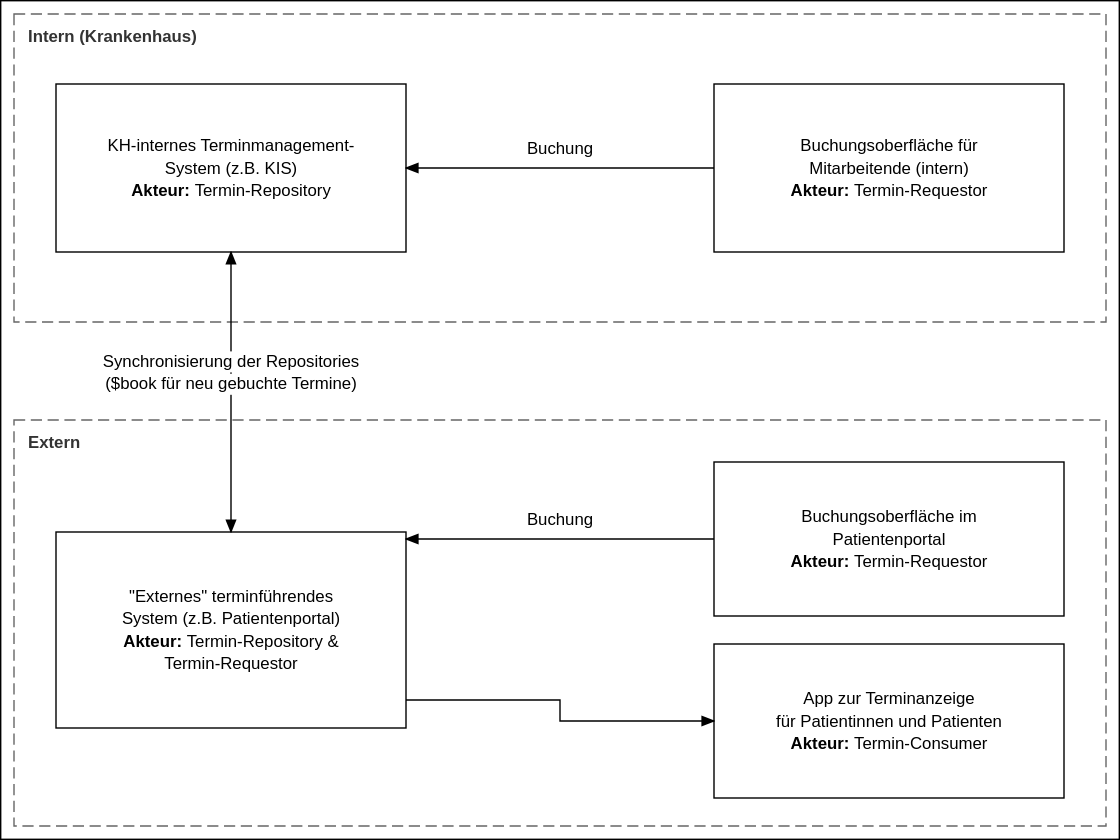
gematik/spec-ISiK-Basismodul keeps this draw.io diagram as Material/Terminplanung/images/diagrams/Termin_Patientenportal_als_Repository.drawio.svg. Above is the earlier version. Source tidied: cells renumbered, new cells last; positions are measured from the earlier drawing's top-left corner, leaving out a move shared by most shapes.
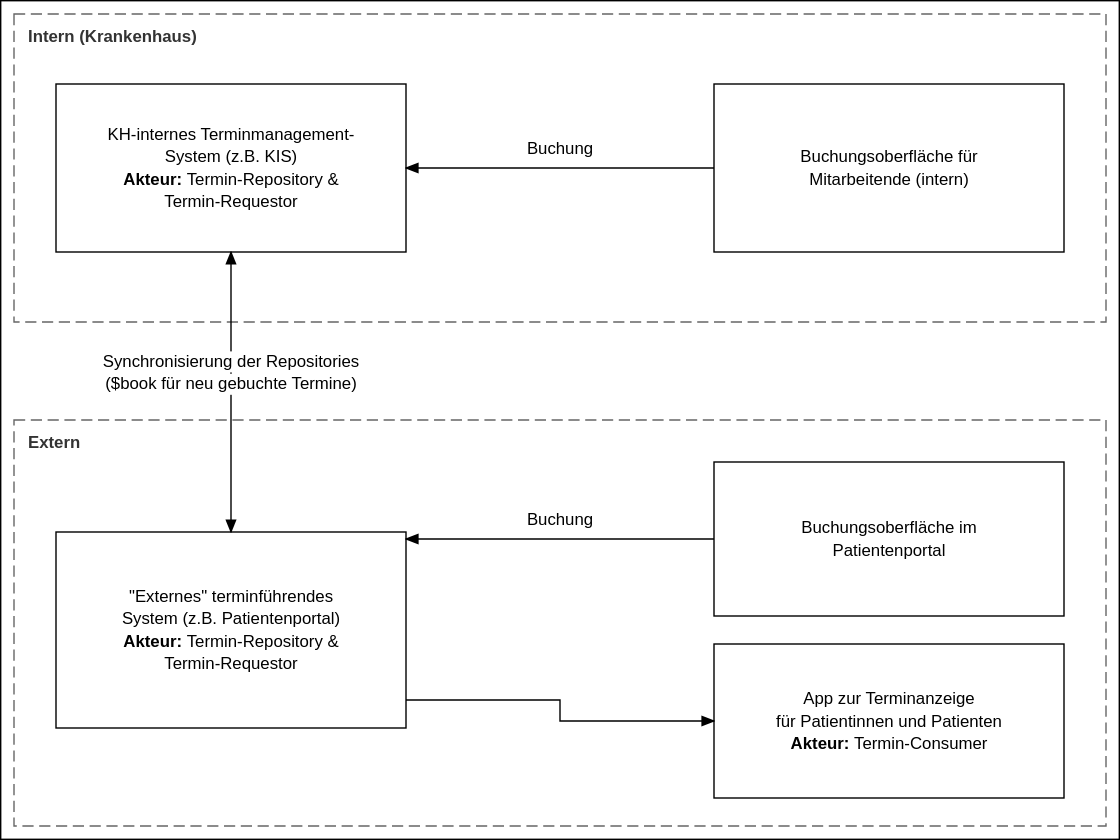
The same file after the commit.

Diff of the diagram source:
```diff
@@ -11,16 +11,16 @@
     <mxCell id="4" value="&lt;b&gt;Extern&lt;/b&gt;" style="rounded=0;whiteSpace=wrap;html=1;fillColor=none;dashed=1;strokeColor=#666666;align=left;verticalAlign=top;spacingLeft=8;fontColor=#333333;" parent="1" vertex="1">
       <mxGeometry x="10" y="300" width="780" height="290" as="geometry" />
     </mxCell>
-    <mxCell id="5" value="&lt;div&gt;KH-internes Terminmanagement-&lt;/div&gt;&lt;div&gt;System (z.B. KIS)&lt;/div&gt;&lt;div&gt;&lt;b&gt;Akteur: &lt;/b&gt;&amp;nbsp;Termin-Repository&lt;/div&gt;" style="rounded=0;whiteSpace=wrap;html=1;" parent="1" vertex="1">
+    <mxCell id="5" value="&lt;div&gt;KH-internes Terminmanagement-&lt;/div&gt;&lt;div&gt;System (z.B. KIS)&lt;/div&gt;&lt;div&gt;&lt;b&gt;Akteur: &lt;/b&gt;&amp;nbsp;Termin-Repository &amp;amp;&lt;/div&gt;&lt;div&gt;Termin-Requestor&lt;/div&gt;" style="rounded=0;whiteSpace=wrap;html=1;" parent="1" vertex="1">
       <mxGeometry x="40" y="60" width="250" height="120" as="geometry" />
     </mxCell>
-    <mxCell id="6" value="&lt;div&gt;Buchungsoberfläche für&lt;/div&gt;&lt;div&gt;Mitarbeitende (intern)&lt;/div&gt;&lt;div&gt;&lt;b&gt;Akteur: &lt;/b&gt;&amp;nbsp;Termin-Requestor&lt;/div&gt;" style="rounded=0;whiteSpace=wrap;html=1;" parent="1" vertex="1">
+    <mxCell id="6" value="&lt;div&gt;Buchungsoberfläche für&lt;/div&gt;&lt;div&gt;Mitarbeitende (intern)&lt;/div&gt;" style="rounded=0;whiteSpace=wrap;html=1;" parent="1" vertex="1">
       <mxGeometry x="510" y="60" width="250" height="120" as="geometry" />
     </mxCell>
     <mxCell id="7" value="&lt;div&gt;&quot;Externes&quot; terminführendes&lt;/div&gt;&lt;div&gt;System (z.B. Patientenportal)&lt;/div&gt;&lt;div&gt;&lt;b&gt;Akteur: &lt;/b&gt;&amp;nbsp;Termin-Repository &amp;&lt;/div&gt;&lt;div&gt;Termin-Requestor&lt;/div&gt;" style="rounded=0;whiteSpace=wrap;html=1;" parent="1" vertex="1">
       <mxGeometry x="40" y="380" width="250" height="140" as="geometry" />
     </mxCell>
-    <mxCell id="8" value="&lt;div&gt;Buchungsoberfläche im&lt;/div&gt;&lt;div&gt;Patientenportal&lt;/div&gt;&lt;div&gt;&lt;b&gt;Akteur: &lt;/b&gt;&amp;nbsp;Termin-Requestor&lt;/div&gt;" style="rounded=0;whiteSpace=wrap;html=1;" parent="1" vertex="1">
+    <mxCell id="8" value="&lt;div&gt;Buchungsoberfläche im&lt;/div&gt;&lt;div&gt;Patientenportal&lt;/div&gt;" style="rounded=0;whiteSpace=wrap;html=1;" parent="1" vertex="1">
       <mxGeometry x="510" y="330" width="250" height="110" as="geometry" />
     </mxCell>
     <mxCell id="9" value="&lt;div&gt;App zur Terminanzeige&lt;/div&gt;&lt;div&gt;für Patientinnen und Patienten&lt;/div&gt;&lt;div&gt;&lt;b&gt;Akteur: &lt;/b&gt;&amp;nbsp;Termin-Consumer&lt;/div&gt;" style="rounded=0;whiteSpace=wrap;html=1;" parent="1" vertex="1">
```
